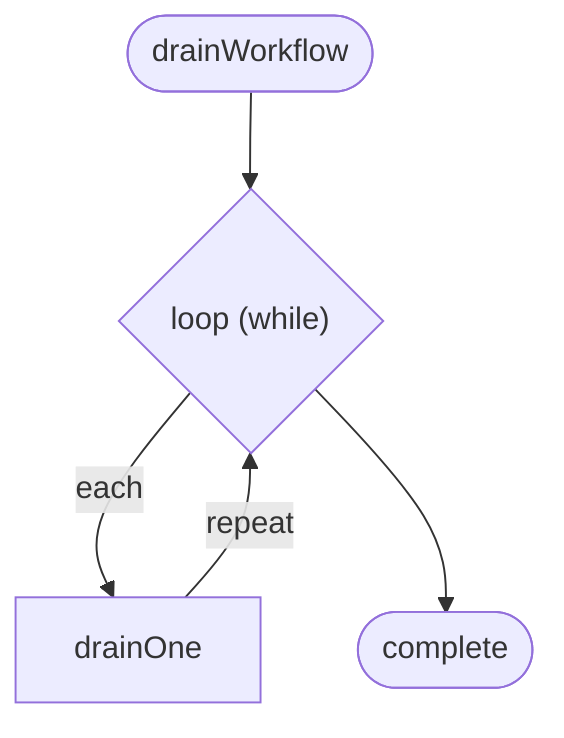
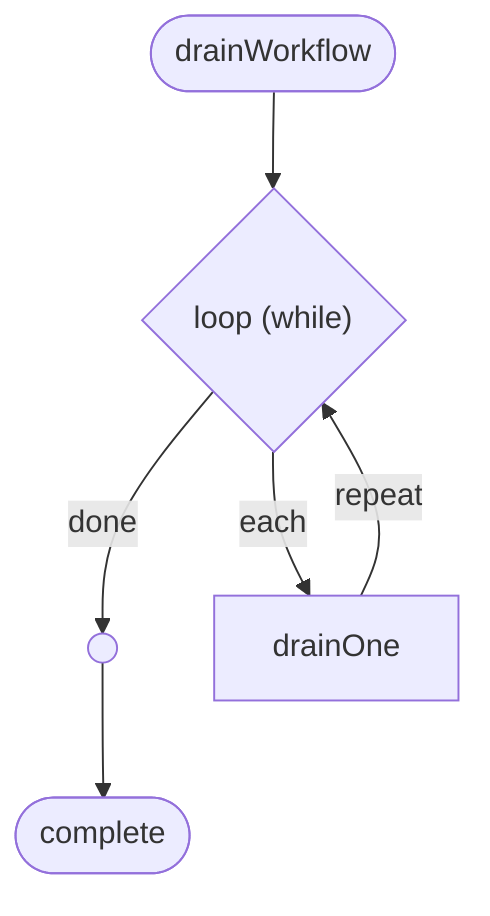
flowchart TD
  start(["drainWorkflow"])
  flow_drainWorkflow_2{"loop (while)"}
+   n1(( ))
  flow_drainWorkflow_1["drainOne"]
  complete(["complete"])
  start --> flow_drainWorkflow_2
  flow_drainWorkflow_2 -->|"each"| flow_drainWorkflow_1
  flow_drainWorkflow_1 -->|"repeat"| flow_drainWorkflow_2
-   flow_drainWorkflow_2 --> complete
+   flow_drainWorkflow_2 -->|"done"| n1
+   n1 --> complete
